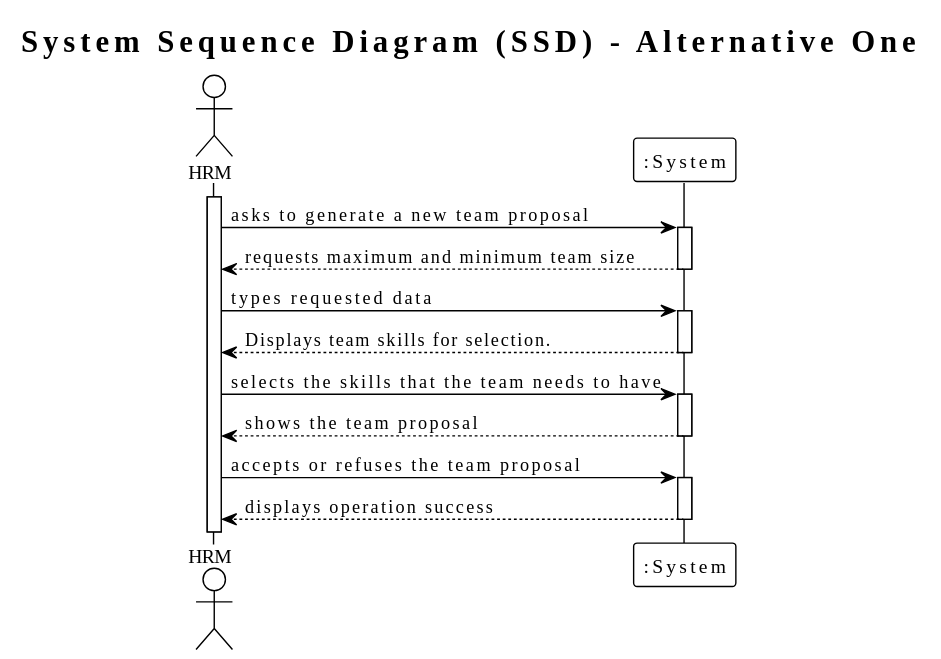
This is docs/sprintA/us005/01.requirements-engineering/svg/us005-alternative-one-System_Sequence_Diagram__SSD____Alternative_One.svg from RicardoMorim/lapr2-ISEP-Project, a PlantUML export, as it was before one commit.
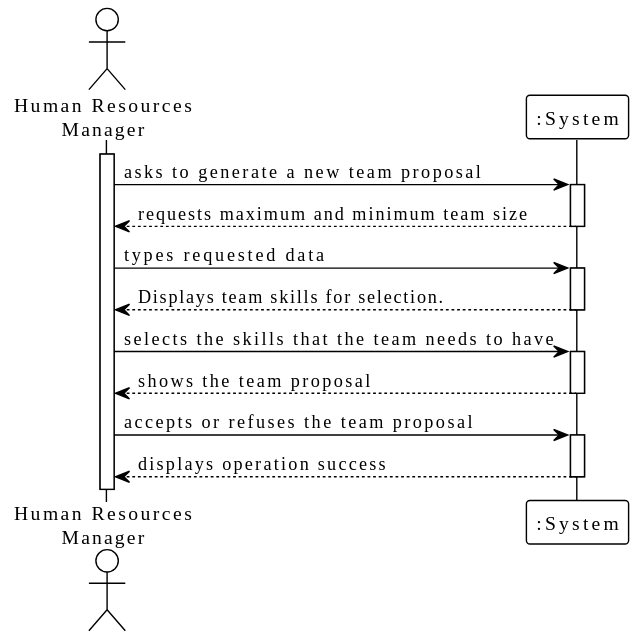
Above is the later version.

Change to the diagram source:
```diff
@@ -1,10 +1,8 @@
 @startuml
 !theme plain
 
-title System Sequence Diagram (SSD) - Alternative One
 
-
-actor "HRM" as Employee
+actor "Human Resources\nManager" as Employee
 participant ":System" as System
 
 activate Employee
```
